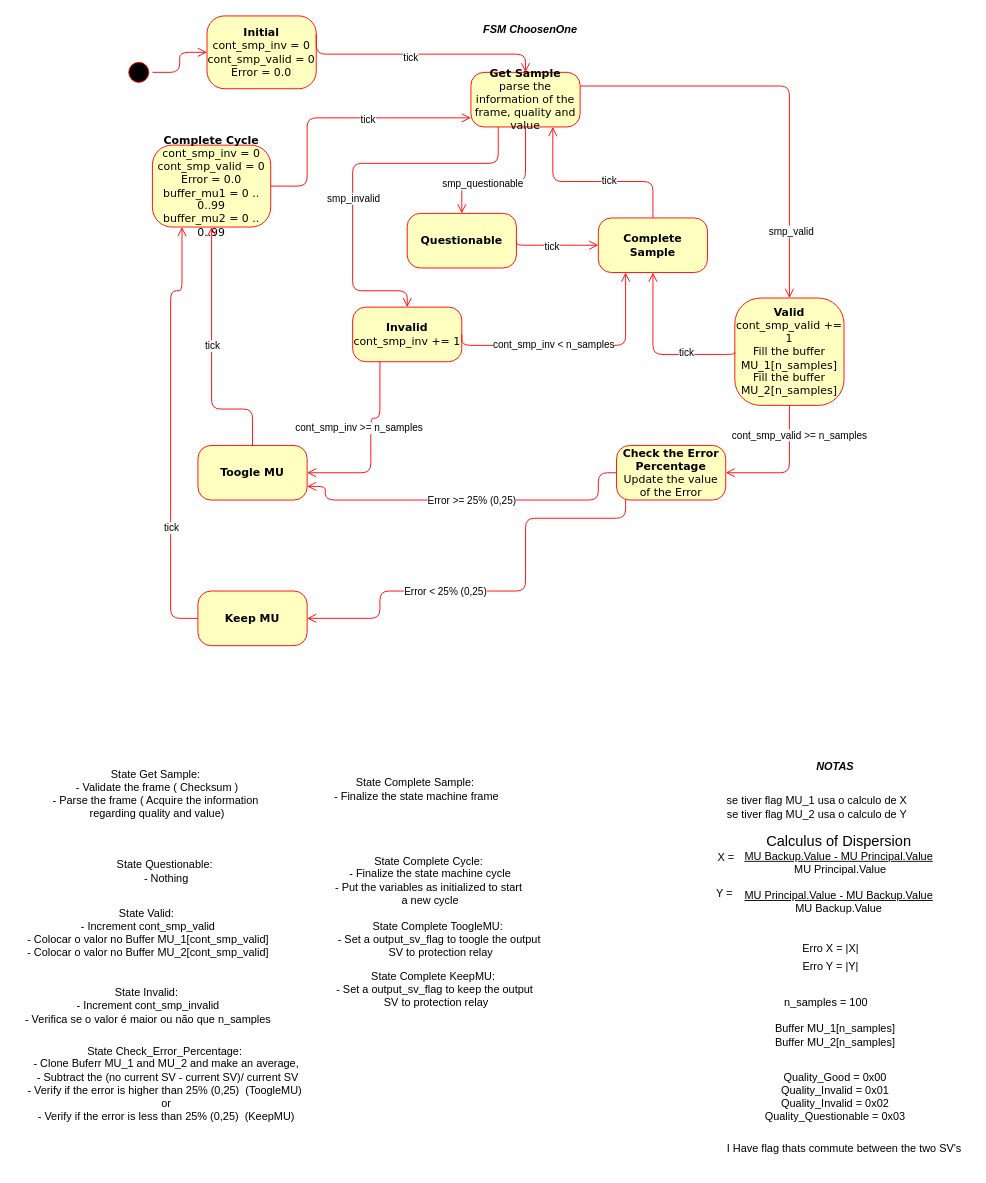
This is state_machine_tese_v2.drawio from everton-oriente/IEC61850_9_2_SV, a draw.io file, before an edit. Source tidied: cells renumbered, new cells numbered last; positions are measured from the earlier drawing's top-left corner, leaving out a move shared by most shapes. Both pictures are drawn from the tidied source at 91%, with x=0, y=0 at pixel (15, 15).
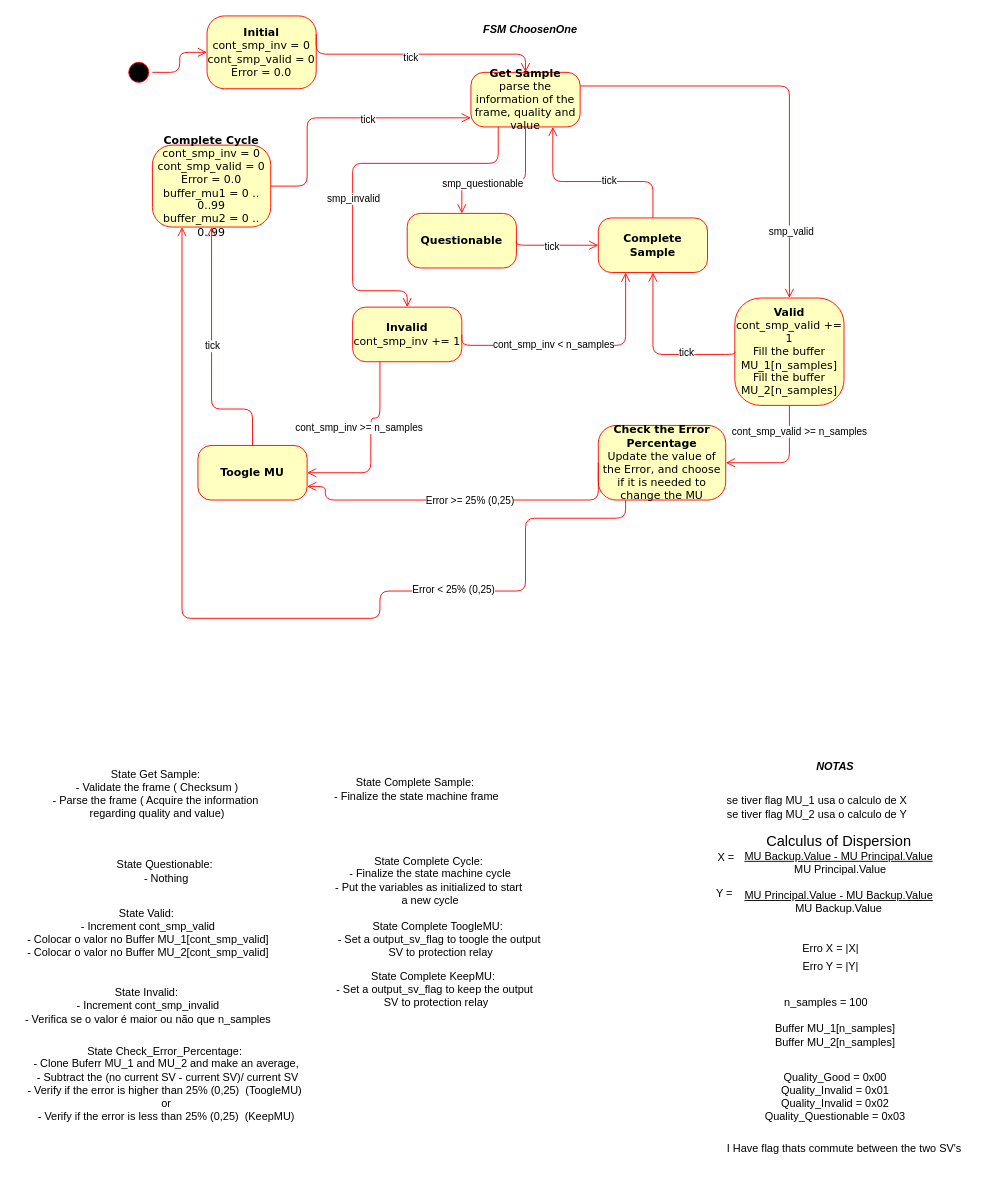
The same diagram, later.

Commit message (it also covers changes not shown here):
Final version of pub_iec, Stable version of sub_with_fsm_iec and final version of the state machine

Unchanged cells that the change refers to:
```xml
<mxCell id="2" value="&lt;b&gt;Complete Cycle&lt;br&gt;&lt;/b&gt;&lt;div&gt;&lt;span style=&quot;background-color: initial;&quot;&gt;cont_smp_inv&lt;/span&gt;&amp;nbsp;= 0&lt;div&gt;&lt;div style=&quot;border-color: var(--border-color);&quot;&gt;&lt;span style=&quot;background-color: initial;&quot;&gt;cont_smp_valid&lt;/span&gt;&amp;nbsp;= 0&lt;/div&gt;&lt;/div&gt;&lt;/div&gt;&lt;div style=&quot;border-color: var(--border-color);&quot;&gt;Error = 0.0&lt;/div&gt;&lt;div style=&quot;border-color: var(--border-color);&quot;&gt;buffer_mu1 = 0 .. 0..99&lt;/div&gt;&lt;div style=&quot;border-color: var(--border-color);&quot;&gt;buffer_mu2 = 0 .. 0..99&lt;/div&gt;" style="rounded=1;whiteSpace=wrap;html=1;arcSize=24;fillColor=#ffffc0;strokeColor=#ff0000;shadow=0;comic=0;labelBackgroundColor=none;fontFamily=Verdana;fontSize=12;fontColor=#000000;align=center;" parent="1" vertex="1">
  <mxGeometry x="150" y="142" width="130" height="90" as="geometry" />
</mxCell>
```

What changed in the source:
```diff
@@
-    <mxCell id="12" value="&lt;b&gt;Check the Error Percentage&lt;/b&gt;&lt;div&gt;Update the value of the Error&lt;b&gt;&lt;br&gt;&lt;/b&gt;&lt;/div&gt;" style="rounded=1;whiteSpace=wrap;html=1;arcSize=24;fillColor=#ffffc0;strokeColor=#ff0000;shadow=0;comic=0;labelBackgroundColor=none;fontFamily=Verdana;fontSize=12;fontColor=#000000;align=center;" parent="1" vertex="1">
-      <mxGeometry x="660" y="472" width="120" height="60" as="geometry" />
+    <mxCell id="12" value="&lt;b&gt;Check the Error Percentage&lt;/b&gt;&lt;div&gt;Update the value of the Error, and choose if it is needed to change the MU&lt;b&gt;&lt;br&gt;&lt;/b&gt;&lt;/div&gt;" style="rounded=1;whiteSpace=wrap;html=1;arcSize=24;fillColor=#ffffc0;strokeColor=#ff0000;shadow=0;comic=0;labelBackgroundColor=none;fontFamily=Verdana;fontSize=12;fontColor=#000000;align=center;" parent="1" vertex="1">
+      <mxGeometry x="640" y="450" width="140" height="82" as="geometry" />
     </mxCell>
-    <mxCell id="13" value="&lt;b&gt;Keep MU&lt;/b&gt;" style="rounded=1;whiteSpace=wrap;html=1;arcSize=24;fillColor=#ffffc0;strokeColor=#ff0000;shadow=0;comic=0;labelBackgroundColor=none;fontFamily=Verdana;fontSize=12;fontColor=#000000;align=center;" parent="1" vertex="1">
-      <mxGeometry x="200" y="632" width="120" height="60" as="geometry" />
-    </mxCell>
@@
-    <mxCell id="40" style="edgeStyle=orthogonalEdgeStyle;html=1;exitX=0;exitY=0.75;entryX=1;entryY=0.5;labelBackgroundColor=none;endArrow=open;endSize=8;strokeColor=#ff0000;fontFamily=Verdana;fontSize=12;align=left;entryDx=0;entryDy=0;exitDx=0;exitDy=0;" parent="1" edge="1" target="13">
+    <mxCell id="40" style="edgeStyle=orthogonalEdgeStyle;html=1;exitX=0;exitY=0.75;entryX=0.25;entryY=1;labelBackgroundColor=none;endArrow=open;endSize=8;strokeColor=#ff0000;fontFamily=Verdana;fontSize=12;align=left;entryDx=0;entryDy=0;exitDx=0;exitDy=0;" parent="1" edge="1" target="2">
       <mxGeometry relative="1" as="geometry">
         <mxPoint x="670" y="532" as="sourcePoint" />
         <Array as="points">
           <mxPoint x="670" y="552" />
           <mxPoint x="560" y="552" />
           <mxPoint x="560" y="632" />
           <mxPoint x="400" y="632" />
           <mxPoint x="400" y="662" />
+          <mxPoint x="183" y="662" />
         </Array>
       </mxGeometry>
     </mxCell>
     <mxCell id="41" value="Error &amp;lt; 25% (0,25)" style="edgeLabel;html=1;align=center;verticalAlign=middle;" parent="40" vertex="1">
       <mxGeometry x="-0.05" y="-2" relative="1" as="geometry">
-        <mxPoint x="-71" y="2" as="offset" />
+        <mxPoint x="178" y="-30" as="offset" />
       </mxGeometry>
     </mxCell>
-    <mxCell id="42" style="edgeStyle=orthogonalEdgeStyle;html=1;entryX=0.25;entryY=1;labelBackgroundColor=none;endArrow=open;endSize=8;strokeColor=#ff0000;fontFamily=Verdana;fontSize=12;align=left;entryDx=0;entryDy=0;exitX=0;exitY=0.5;exitDx=0;exitDy=0;" parent="1" edge="1" source="13" target="2">
-      <mxGeometry relative="1" as="geometry">
-        <Array as="points">
-          <mxPoint x="170" y="662" />
-          <mxPoint x="170" y="302" />
-          <mxPoint x="183" y="302" />
-        </Array>
-      </mxGeometry>
-    </mxCell>
-    <mxCell id="43" value="tick" style="edgeLabel;html=1;align=center;verticalAlign=middle;" parent="42" vertex="1">
-      <mxGeometry x="-0.45" y="-5" relative="1" as="geometry">
-        <mxPoint x="-5" as="offset" />
-      </mxGeometry>
-    </mxCell>
```
